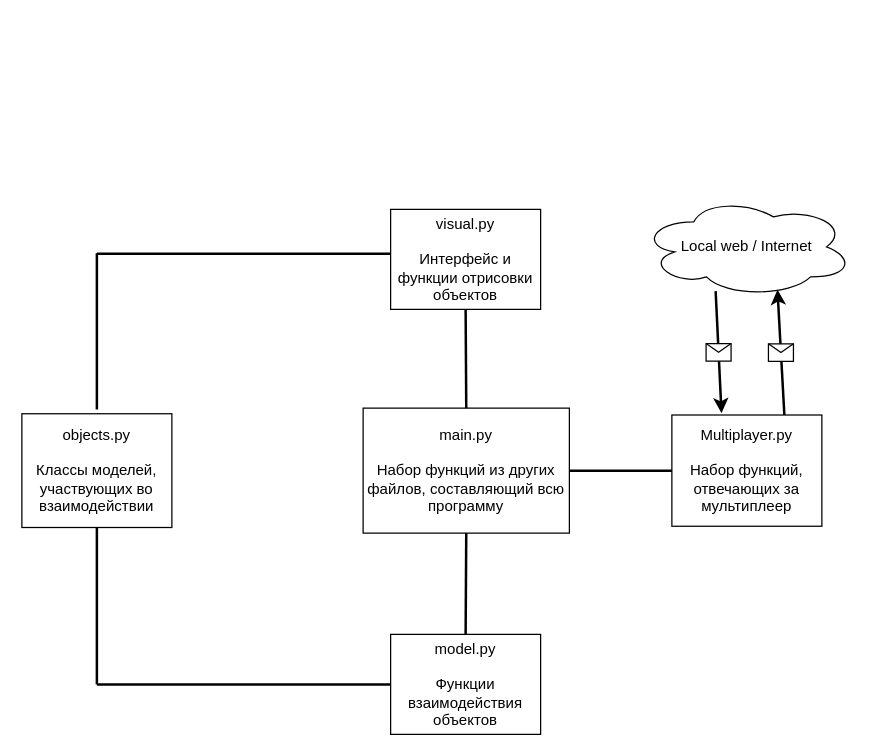
DiKhvatov/Python_Semester_Project keeps this draw.io diagram as Untitled Diagram.drawio. Above is the earlier version. Source tidied: cells renumbered, new cells numbered last; positions are measured from the earlier drawing's top-left corner, leaving out a move shared by most shapes. Both pictures are drawn from the tidied source at 125%, with x=0, y=0 at pixel (21, 196).
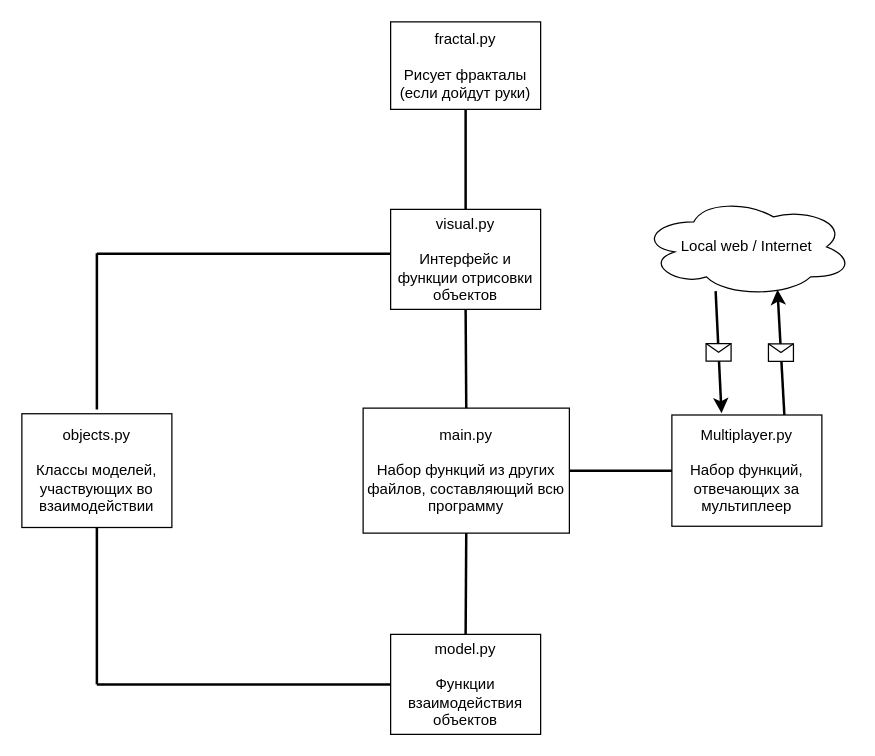
After the change.

Unchanged cells that the change refers to:
```xml
<mxCell id="5" value="&lt;div&gt;visual.py&lt;/div&gt;&lt;div&gt;&lt;br&gt;&lt;/div&gt;&lt;div&gt;Интерфейс и функции отрисовки объектов&lt;br&gt;&lt;/div&gt;" style="rounded=0;whiteSpace=wrap;html=1;" parent="1" vertex="1">
  <mxGeometry x="295" y="10" width="120" height="80" as="geometry" />
</mxCell>
```

What changed in the source:
```diff
@@
+    <mxCell id="19" value="&lt;div&gt;fractal.py&lt;/div&gt;&lt;div&gt;&lt;br&gt;&lt;/div&gt;&lt;div&gt;Рисует фракталы&lt;/div&gt;&lt;div&gt;(если дойдут руки)&lt;br&gt;&lt;/div&gt;" style="rounded=0;whiteSpace=wrap;html=1;" parent="1" vertex="1">
+      <mxGeometry x="295" y="-140" width="120" height="70" as="geometry" />
+    </mxCell>
+    <mxCell id="20" style="endArrow=none;html=1;rounded=0;strokeWidth=2;entryX=0.5;entryY=1;entryDx=0;entryDy=0;exitX=0.5;exitY=0;exitDx=0;exitDy=0;" parent="1" edge="1" source="5" target="19">
+      <mxGeometry relative="1" as="geometry" />
+    </mxCell>
```
